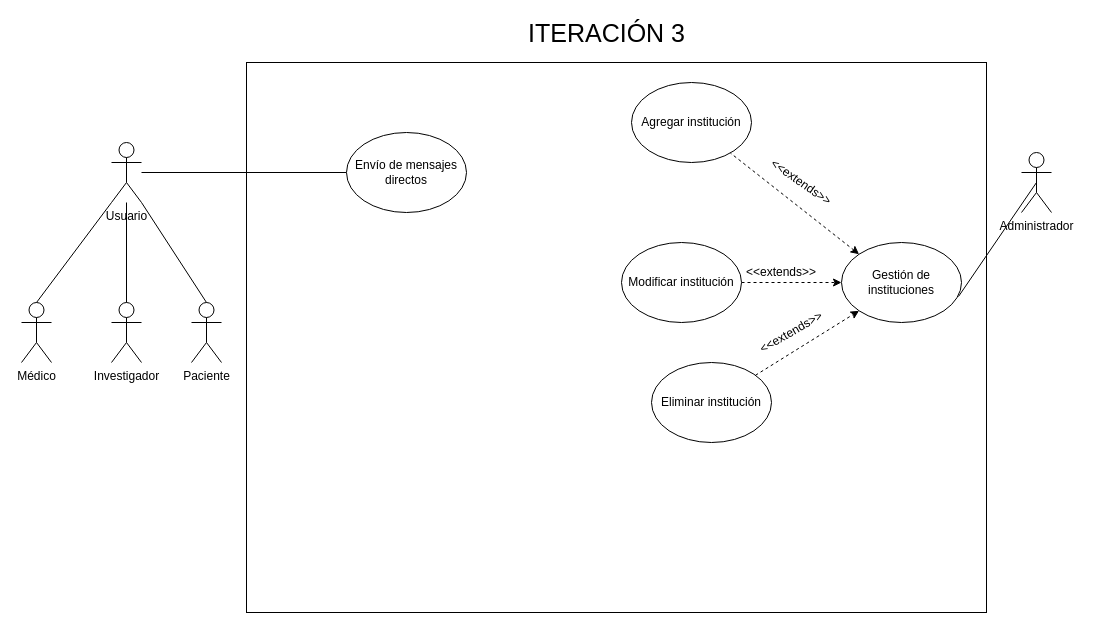
NeutronBlast/IS-Ex keeps this draw.io diagram as MET/CU-IT3.drawio. Above is the earlier version. Source tidied: cells renumbered, new cells numbered last; positions are measured from the earlier drawing's top-left corner, leaving out a move shared by most shapes. Both pictures are drawn from the tidied source at 100%, with x=0, y=0 at pixel (21, 22).
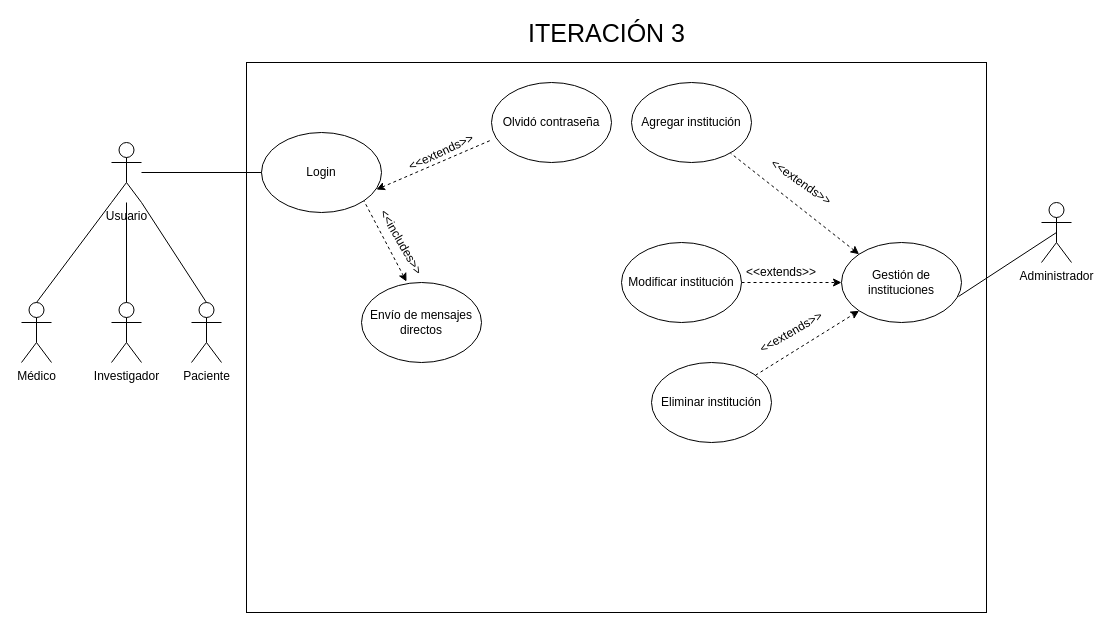
After the change.

The change refers to these unchanged cells:
```xml
<mxCell id="21" value="Usuario" style="shape=umlActor;verticalLabelPosition=bottom;labelBackgroundColor=#ffffff;verticalAlign=top;html=1;outlineConnect=0;" parent="1" vertex="1">
  <mxGeometry x="90" y="120" width="30" height="60" as="geometry" />
</mxCell>
```

Diff of the diagram source:
```diff
@@
-    <mxCell id="15" style="edgeStyle=none;rounded=0;jettySize=auto;html=1;startArrow=none;startFill=0;endArrow=none;endFill=0;" parent="1" edge="1" source="16" target="21">
-      <mxGeometry relative="1" as="geometry" />
+    <mxCell id="15" style="edgeStyle=none;rounded=0;jettySize=auto;html=1;startArrow=none;startFill=0;endArrow=none;endFill=0;" parent="1" edge="1" target="21">
+      <mxGeometry relative="1" as="geometry">
+        <mxPoint x="250" y="150" as="sourcePoint" />
+      </mxGeometry>
     </mxCell>
     <mxCell id="16" value="Envío de mensajes directos" style="ellipse;whiteSpace=wrap;html=1;" parent="1" vertex="1">
-      <mxGeometry x="325" y="110" width="120" height="80" as="geometry" />
+      <mxGeometry x="340" y="260" width="120" height="80" as="geometry" />
     </mxCell>
     <mxCell id="17" value="Administrador" style="shape=umlActor;verticalLabelPosition=bottom;labelBackgroundColor=#ffffff;verticalAlign=top;html=1;outlineConnect=0;" parent="1" vertex="1">
-      <mxGeometry x="1000" y="130" width="30" height="60" as="geometry" />
+      <mxGeometry x="1020" y="180" width="30" height="60" as="geometry" />
     </mxCell>
@@
+    <mxCell id="25" value="Login" style="ellipse;whiteSpace=wrap;html=1;" parent="1" vertex="1">
+      <mxGeometry x="240" y="110" width="120" height="80" as="geometry" />
+    </mxCell>
+    <mxCell id="26" style="edgeStyle=none;rounded=0;jettySize=auto;html=1;entryX=1;entryY=1;entryDx=0;entryDy=0;dashed=1;startArrow=classic;startFill=1;endArrow=none;endFill=0;exitX=0.375;exitY=-0.012;exitDx=0;exitDy=0;exitPerimeter=0;" parent="1" edge="1" source="16" target="25">
+      <mxGeometry relative="1" as="geometry" />
+    </mxCell>
+    <mxCell id="27" value="&lt;span&gt;&amp;lt;&amp;lt;includes&amp;gt;&amp;gt;&lt;br&gt;&lt;/span&gt;" style="text;html=1;strokeColor=none;fillColor=none;align=center;verticalAlign=middle;whiteSpace=wrap;rounded=0;rotation=60;" parent="1" vertex="1">
+      <mxGeometry x="360" y="210" width="40" height="20" as="geometry" />
+    </mxCell>
+    <mxCell id="28" value="&amp;lt;&amp;lt;extends&amp;gt;&amp;gt;" style="text;html=1;strokeColor=none;fillColor=none;align=center;verticalAlign=middle;whiteSpace=wrap;rounded=0;rotation=-25;" parent="1" vertex="1">
+      <mxGeometry x="400" y="120" width="40" height="20" as="geometry" />
+    </mxCell>
+    <mxCell id="29" value="Olvidó contraseña" style="ellipse;whiteSpace=wrap;html=1;" parent="1" vertex="1">
+      <mxGeometry x="470" y="60" width="120" height="80" as="geometry" />
+    </mxCell>
+    <mxCell id="30" style="rounded=0;jettySize=auto;html=1;entryX=0.008;entryY=0.713;entryDx=0;entryDy=0;endArrow=none;endFill=0;startArrow=classic;startFill=1;dashed=1;entryPerimeter=0;exitX=0.958;exitY=0.713;exitDx=0;exitDy=0;exitPerimeter=0;" parent="1" edge="1" source="25" target="29">
+      <mxGeometry relative="1" as="geometry" />
+    </mxCell>
```
